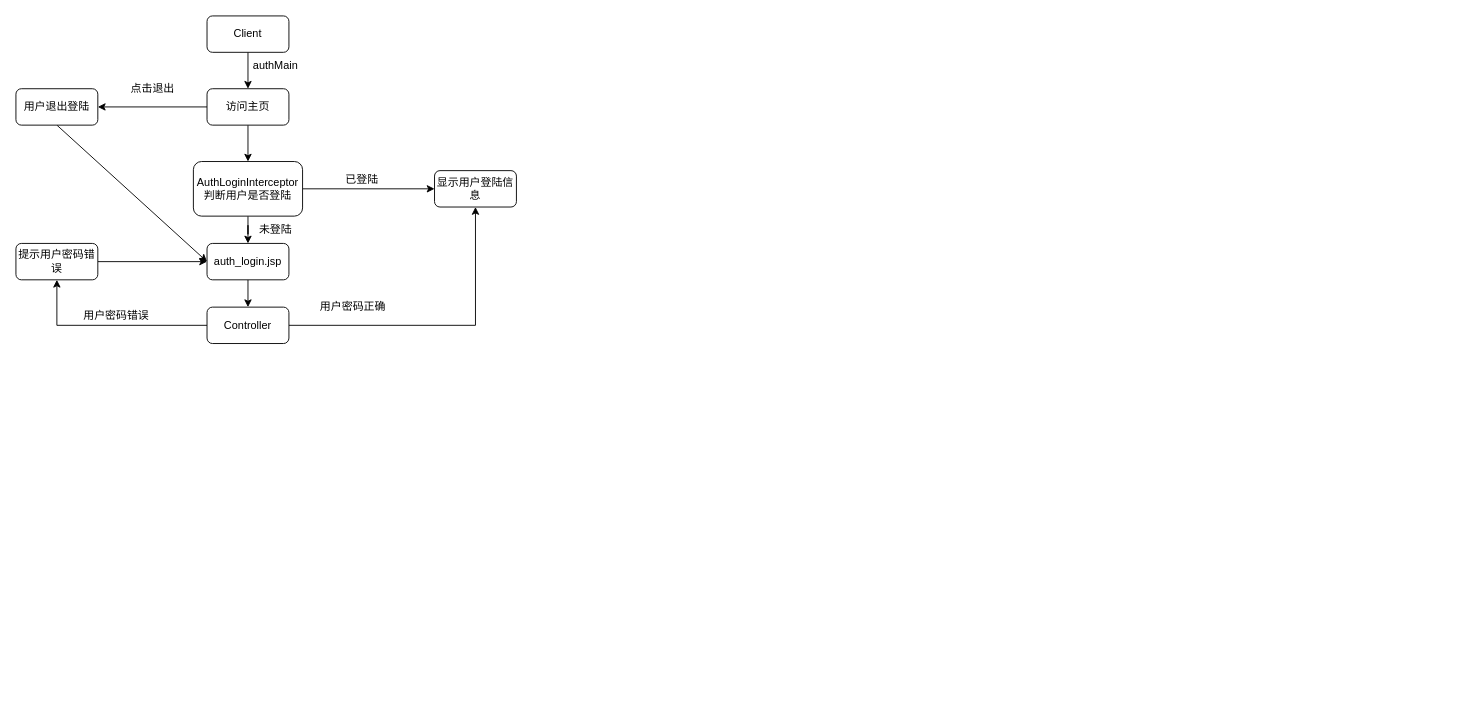
The draw.io diagram share/Spring MVC拦截器案例：用户登录权限验证.drawio in mythwind/BigData, before the edit. Source tidied: cells renumbered, new cells numbered last; positions are measured from the earlier drawing's top-left corner, leaving out a move shared by most shapes. Both pictures are drawn from the tidied source at 91%, with x=0, y=0 at pixel (15, 15).
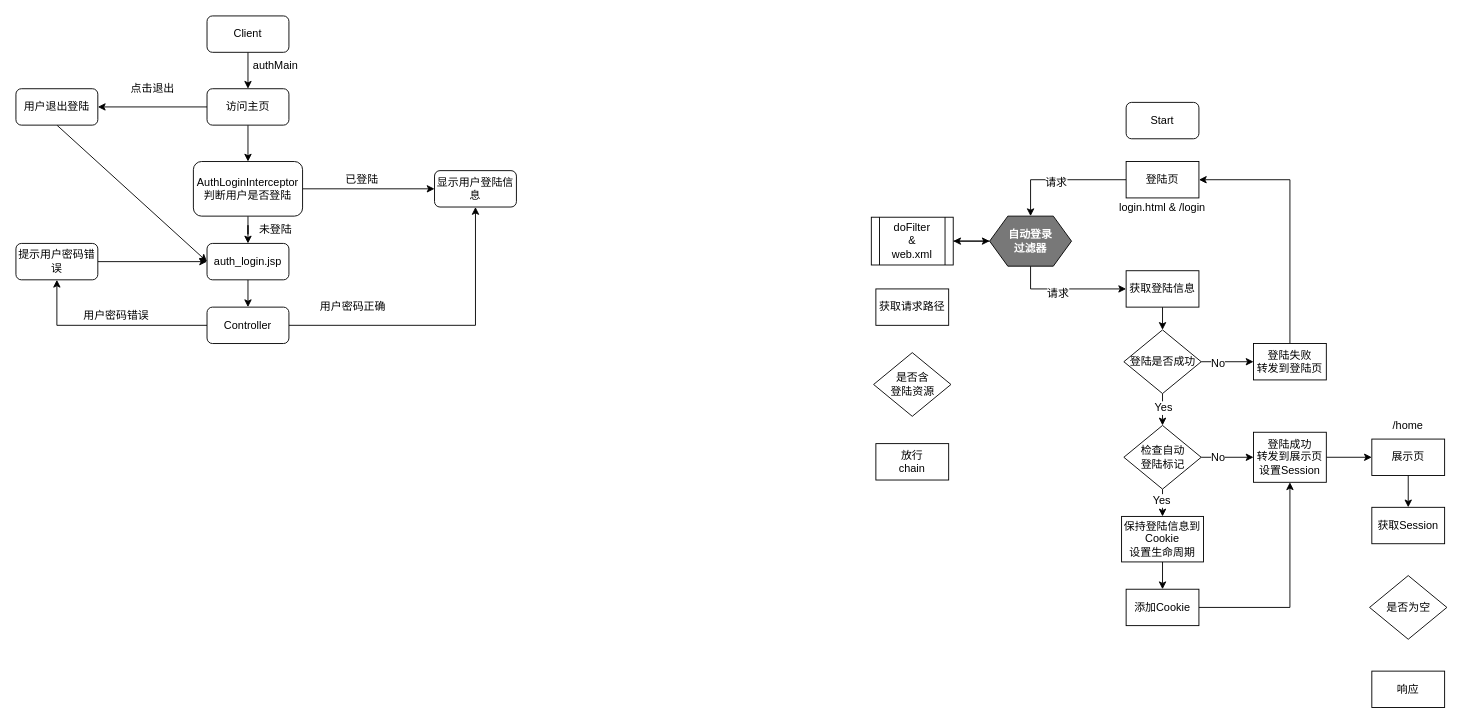
After the change.

Commit message:
更新Spring MVC拦截器案例：用户登录权限验证.drawio

Change to the diagram source:
```diff
@@
+    <mxCell id="26" value="Start" style="rounded=1;whiteSpace=wrap;html=1;strokeColor=default;fontFamily=Helvetica;fontSize=12;fontColor=default;startSize=30;fillColor=default;" parent="1" vertex="1">
+      <mxGeometry x="1220" y="95" width="80" height="40" as="geometry" />
+    </mxCell>
+    <mxCell id="27" style="edgeStyle=orthogonalEdgeStyle;rounded=0;jettySize=auto;html=1;exitX=0;exitY=0.5;exitDx=0;exitDy=0;entryX=0.5;entryY=0;entryDx=0;entryDy=0;fontFamily=Helvetica;fontSize=12;fontColor=default;startSize=30;" parent="1" edge="1" source="29" target="34">
+      <mxGeometry relative="1" as="geometry" />
+    </mxCell>
+    <mxCell id="28" value="请求" style="edgeLabel;html=1;align=center;verticalAlign=middle;fontSize=12;fontFamily=Helvetica;fontColor=default;" parent="27" vertex="1">
+      <mxGeometry x="0.08" y="2" relative="1" as="geometry" />
+    </mxCell>
+    <mxCell id="29" value="登陆页" style="rounded=0;whiteSpace=wrap;html=1;strokeColor=default;fontFamily=Helvetica;fontSize=12;fontColor=default;startSize=30;fillColor=default;" parent="1" vertex="1">
+      <mxGeometry x="1220" y="160" width="80" height="40" as="geometry" />
+    </mxCell>
+    <mxCell id="30" value="login.html &amp;amp; /login" style="text;html=1;strokeColor=none;fillColor=none;align=center;verticalAlign=middle;whiteSpace=wrap;rounded=0;fontSize=12;fontFamily=Helvetica;fontColor=default;" parent="1" vertex="1">
+      <mxGeometry x="1210" y="201.2" width="100" height="20" as="geometry" />
+    </mxCell>
+    <mxCell id="31" style="edgeStyle=orthogonalEdgeStyle;rounded=0;jettySize=auto;html=1;exitX=0.5;exitY=1;exitDx=0;exitDy=0;entryX=0;entryY=0.5;entryDx=0;entryDy=0;fontFamily=Helvetica;fontSize=12;fontColor=default;startSize=30;" parent="1" edge="1" source="34" target="36">
+      <mxGeometry relative="1" as="geometry" />
+    </mxCell>
+    <mxCell id="32" value="请求" style="edgeLabel;html=1;align=center;verticalAlign=middle;fontSize=12;fontFamily=Helvetica;fontColor=default;" parent="31" vertex="1">
+      <mxGeometry x="-0.17" y="-4" relative="1" as="geometry" />
+    </mxCell>
+    <mxCell id="33" style="edgeStyle=orthogonalEdgeStyle;rounded=0;jettySize=auto;html=1;exitX=0;exitY=0.5;exitDx=0;exitDy=0;entryX=1;entryY=0.5;entryDx=0;entryDy=0;fontFamily=Helvetica;fontSize=12;fontColor=default;startSize=30;" parent="1" edge="1" source="34" target="38">
+      <mxGeometry relative="1" as="geometry" />
+    </mxCell>
+    <mxCell id="34" value="&lt;b&gt;&lt;font color=&quot;#ffffff&quot;&gt;自动登录&lt;br&gt;过滤器&lt;/font&gt;&lt;/b&gt;" style="shape=hexagon;perimeter=hexagonPerimeter2;whiteSpace=wrap;html=1;fixedSize=1;strokeColor=default;fontFamily=Helvetica;fontSize=12;fontColor=default;startSize=30;fillColor=#787878;" parent="1" vertex="1">
+      <mxGeometry x="1070" y="220" width="90" height="55" as="geometry" />
+    </mxCell>
+    <mxCell id="35" style="edgeStyle=orthogonalEdgeStyle;rounded=0;jettySize=auto;html=1;exitX=0.5;exitY=1;exitDx=0;exitDy=0;entryX=0.5;entryY=0;entryDx=0;entryDy=0;fontFamily=Helvetica;fontSize=12;fontColor=default;startSize=30;" parent="1" edge="1" source="36" target="46">
+      <mxGeometry relative="1" as="geometry" />
+    </mxCell>
+    <mxCell id="36" value="获取登陆信息" style="rounded=0;whiteSpace=wrap;html=1;strokeColor=default;fontFamily=Helvetica;fontSize=12;fontColor=default;startSize=30;fillColor=default;" parent="1" vertex="1">
+      <mxGeometry x="1220" y="280" width="80" height="40" as="geometry" />
+    </mxCell>
+    <mxCell id="37" style="edgeStyle=orthogonalEdgeStyle;rounded=0;jettySize=auto;html=1;exitX=1;exitY=0.5;exitDx=0;exitDy=0;fontFamily=Helvetica;fontSize=12;fontColor=default;startSize=30;" parent="1" edge="1" source="38" target="34">
+      <mxGeometry relative="1" as="geometry" />
+    </mxCell>
+    <mxCell id="38" value="doFilter&lt;br&gt;&amp;amp;&lt;br&gt;web.xml" style="shape=process;whiteSpace=wrap;html=1;backgroundOutline=1;strokeColor=default;fontFamily=Helvetica;fontSize=12;fontColor=default;startSize=30;fillColor=default;" parent="1" vertex="1">
+      <mxGeometry x="940" y="221.2" width="90" height="52.5" as="geometry" />
+    </mxCell>
+    <mxCell id="39" value="获取请求路径" style="rounded=0;whiteSpace=wrap;html=1;strokeColor=default;fontFamily=Helvetica;fontSize=12;fontColor=default;startSize=30;fillColor=default;" parent="1" vertex="1">
+      <mxGeometry x="945" y="300" width="80" height="40" as="geometry" />
+    </mxCell>
+    <mxCell id="40" value="是否含&lt;br&gt;登陆资源" style="rhombus;whiteSpace=wrap;html=1;strokeColor=default;fontFamily=Helvetica;fontSize=12;fontColor=default;startSize=30;fillColor=default;" parent="1" vertex="1">
+      <mxGeometry x="942.5" y="370" width="85" height="70" as="geometry" />
+    </mxCell>
+    <mxCell id="41" value="放行&lt;br&gt;chain" style="rounded=0;whiteSpace=wrap;html=1;strokeColor=default;fontFamily=Helvetica;fontSize=12;fontColor=default;startSize=30;fillColor=default;" parent="1" vertex="1">
+      <mxGeometry x="945" y="470" width="80" height="40" as="geometry" />
+    </mxCell>
+    <mxCell id="42" style="edgeStyle=orthogonalEdgeStyle;rounded=0;jettySize=auto;html=1;exitX=1;exitY=0.5;exitDx=0;exitDy=0;fontFamily=Helvetica;fontSize=12;fontColor=default;startSize=30;" parent="1" edge="1" source="46" target="57">
+      <mxGeometry relative="1" as="geometry" />
+    </mxCell>
+    <mxCell id="43" value="No" style="edgeLabel;html=1;align=center;verticalAlign=middle;fontSize=12;fontFamily=Helvetica;fontColor=default;" parent="42" vertex="1">
+      <mxGeometry x="-0.36" relative="1" as="geometry">
+        <mxPoint y="1" as="offset" />
+      </mxGeometry>
+    </mxCell>
+    <mxCell id="44" style="edgeStyle=orthogonalEdgeStyle;rounded=0;jettySize=auto;html=1;exitX=0.5;exitY=1;exitDx=0;exitDy=0;fontFamily=Helvetica;fontSize=12;fontColor=default;startSize=30;" parent="1" edge="1" source="46" target="51">
+      <mxGeometry relative="1" as="geometry" />
+    </mxCell>
+    <mxCell id="45" value="Yes" style="edgeLabel;html=1;align=center;verticalAlign=middle;fontSize=12;fontFamily=Helvetica;fontColor=default;" parent="44" vertex="1">
+      <mxGeometry x="0.36" y="1" relative="1" as="geometry">
+        <mxPoint x="-1" y="-6" as="offset" />
+      </mxGeometry>
+    </mxCell>
+    <mxCell id="46" value="登陆是否成功" style="rhombus;whiteSpace=wrap;html=1;strokeColor=default;fontFamily=Helvetica;fontSize=12;fontColor=default;startSize=30;fillColor=default;" parent="1" vertex="1">
+      <mxGeometry x="1217.5" y="345" width="85" height="70" as="geometry" />
+    </mxCell>
+    <mxCell id="47" style="edgeStyle=orthogonalEdgeStyle;rounded=0;jettySize=auto;html=1;exitX=1;exitY=0.5;exitDx=0;exitDy=0;entryX=0;entryY=0.5;entryDx=0;entryDy=0;fontFamily=Helvetica;fontSize=12;fontColor=default;startSize=30;" parent="1" edge="1" source="51" target="59">
+      <mxGeometry relative="1" as="geometry" />
+    </mxCell>
+    <mxCell id="48" value="No" style="edgeLabel;html=1;align=center;verticalAlign=middle;fontSize=12;fontFamily=Helvetica;fontColor=default;" parent="47" vertex="1">
+      <mxGeometry x="-0.39" y="-1" relative="1" as="geometry">
+        <mxPoint y="-1" as="offset" />
+      </mxGeometry>
+    </mxCell>
+    <mxCell id="49" style="edgeStyle=orthogonalEdgeStyle;rounded=0;jettySize=auto;html=1;exitX=0.5;exitY=1;exitDx=0;exitDy=0;fontFamily=Helvetica;fontSize=12;fontColor=default;startSize=30;" parent="1" edge="1" source="51" target="53">
+      <mxGeometry relative="1" as="geometry" />
+    </mxCell>
+    <mxCell id="50" value="Yes" style="edgeLabel;html=1;align=center;verticalAlign=middle;fontSize=12;fontFamily=Helvetica;fontColor=default;" parent="49" vertex="1">
+      <mxGeometry x="-0.54" y="-2" relative="1" as="geometry" />
+    </mxCell>
+    <mxCell id="51" value="检查自动&lt;br&gt;登陆标记" style="rhombus;whiteSpace=wrap;html=1;strokeColor=default;fontFamily=Helvetica;fontSize=12;fontColor=default;startSize=30;fillColor=default;" parent="1" vertex="1">
+      <mxGeometry x="1217.5" y="450" width="85" height="70" as="geometry" />
+    </mxCell>
+    <mxCell id="52" style="edgeStyle=orthogonalEdgeStyle;rounded=0;jettySize=auto;html=1;exitX=0.5;exitY=1;exitDx=0;exitDy=0;entryX=0.5;entryY=0;entryDx=0;entryDy=0;fontFamily=Helvetica;fontSize=12;fontColor=default;startSize=30;" parent="1" edge="1" source="53" target="55">
+      <mxGeometry relative="1" as="geometry" />
+    </mxCell>
+    <mxCell id="53" value="保持登陆信息到Cookie&lt;br&gt;设置生命周期" style="rounded=0;whiteSpace=wrap;html=1;strokeColor=default;fontFamily=Helvetica;fontSize=12;fontColor=default;startSize=30;fillColor=default;" parent="1" vertex="1">
+      <mxGeometry x="1215" y="550" width="90" height="50" as="geometry" />
+    </mxCell>
+    <mxCell id="54" style="edgeStyle=orthogonalEdgeStyle;rounded=0;jettySize=auto;html=1;exitX=1;exitY=0.5;exitDx=0;exitDy=0;entryX=0.5;entryY=1;entryDx=0;entryDy=0;fontFamily=Helvetica;fontSize=12;fontColor=default;startSize=30;" parent="1" edge="1" source="55" target="59">
+      <mxGeometry relative="1" as="geometry" />
+    </mxCell>
+    <mxCell id="55" value="添加Cookie" style="rounded=0;whiteSpace=wrap;html=1;strokeColor=default;fontFamily=Helvetica;fontSize=12;fontColor=default;startSize=30;fillColor=default;" parent="1" vertex="1">
+      <mxGeometry x="1220" y="630" width="80" height="40" as="geometry" />
+    </mxCell>
+    <mxCell id="56" style="edgeStyle=orthogonalEdgeStyle;rounded=0;jettySize=auto;html=1;exitX=0.5;exitY=0;exitDx=0;exitDy=0;entryX=1;entryY=0.5;entryDx=0;entryDy=0;fontFamily=Helvetica;fontSize=12;fontColor=default;startSize=30;" parent="1" edge="1" source="57" target="29">
+      <mxGeometry relative="1" as="geometry" />
+    </mxCell>
+    <mxCell id="57" value="登陆失败&lt;br&gt;转发到登陆页" style="rounded=0;whiteSpace=wrap;html=1;strokeColor=default;fontFamily=Helvetica;fontSize=12;fontColor=default;startSize=30;fillColor=default;" parent="1" vertex="1">
+      <mxGeometry x="1360" y="360" width="80" height="40" as="geometry" />
+    </mxCell>
+    <mxCell id="58" style="edgeStyle=orthogonalEdgeStyle;rounded=0;jettySize=auto;html=1;exitX=1;exitY=0.5;exitDx=0;exitDy=0;entryX=0;entryY=0.5;entryDx=0;entryDy=0;fontFamily=Helvetica;fontSize=12;fontColor=default;startSize=30;" parent="1" edge="1" source="59" target="61">
+      <mxGeometry relative="1" as="geometry" />
+    </mxCell>
+    <mxCell id="59" value="登陆成功&lt;br&gt;转发到展示页&lt;br&gt;设置Session" style="rounded=0;whiteSpace=wrap;html=1;strokeColor=default;fontFamily=Helvetica;fontSize=12;fontColor=default;startSize=30;fillColor=default;" parent="1" vertex="1">
+      <mxGeometry x="1360" y="457.5" width="80" height="55" as="geometry" />
+    </mxCell>
+    <mxCell id="60" style="edgeStyle=orthogonalEdgeStyle;rounded=0;jettySize=auto;html=1;exitX=0.5;exitY=1;exitDx=0;exitDy=0;entryX=0.5;entryY=0;entryDx=0;entryDy=0;fontFamily=Helvetica;fontSize=12;fontColor=default;startSize=30;" parent="1" edge="1" source="61" target="63">
+      <mxGeometry relative="1" as="geometry" />
+    </mxCell>
+    <mxCell id="61" value="展示页" style="rounded=0;whiteSpace=wrap;html=1;strokeColor=default;fontFamily=Helvetica;fontSize=12;fontColor=default;startSize=30;fillColor=default;" parent="1" vertex="1">
+      <mxGeometry x="1490" y="465" width="80" height="40" as="geometry" />
+    </mxCell>
+    <mxCell id="62" value="/home" style="text;html=1;strokeColor=none;fillColor=none;align=center;verticalAlign=middle;whiteSpace=wrap;rounded=0;fontSize=12;fontFamily=Helvetica;fontColor=default;" parent="1" vertex="1">
+      <mxGeometry x="1480" y="440" width="100" height="20" as="geometry" />
+    </mxCell>
+    <mxCell id="63" value="获取Session" style="rounded=0;whiteSpace=wrap;html=1;strokeColor=default;fontFamily=Helvetica;fontSize=12;fontColor=default;startSize=30;fillColor=default;" parent="1" vertex="1">
+      <mxGeometry x="1490" y="540" width="80" height="40" as="geometry" />
+    </mxCell>
+    <mxCell id="64" value="是否为空" style="rhombus;whiteSpace=wrap;html=1;strokeColor=default;fontFamily=Helvetica;fontSize=12;fontColor=default;startSize=30;fillColor=default;" parent="1" vertex="1">
+      <mxGeometry x="1487.5" y="615" width="85" height="70" as="geometry" />
+    </mxCell>
+    <mxCell id="65" value="响应" style="rounded=0;whiteSpace=wrap;html=1;strokeColor=default;fontFamily=Helvetica;fontSize=12;fontColor=default;startSize=30;fillColor=default;" parent="1" vertex="1">
+      <mxGeometry x="1490" y="720" width="80" height="40" as="geometry" />
+    </mxCell>
```
